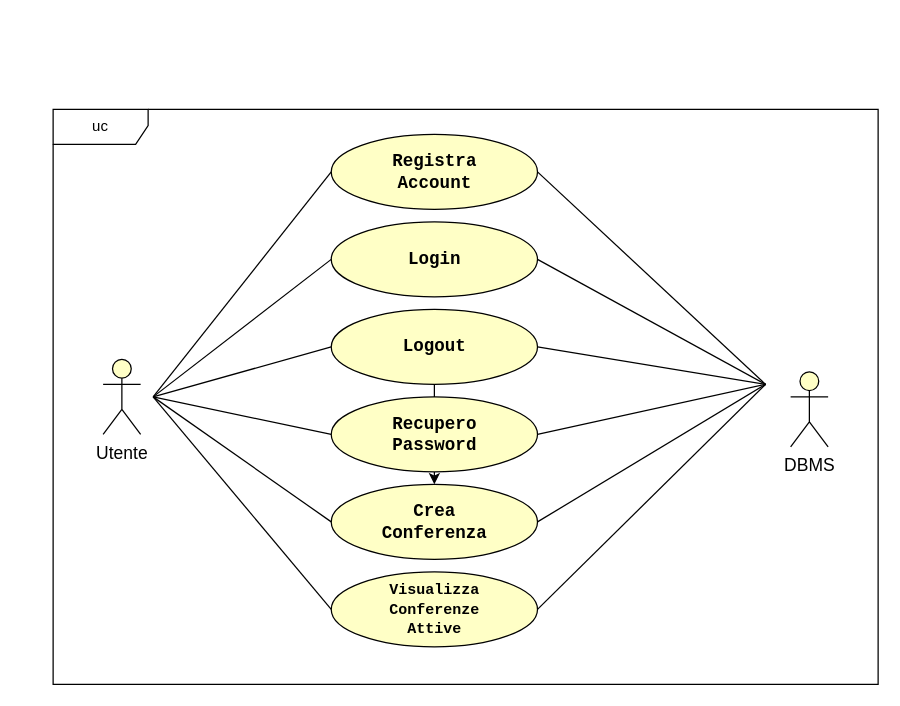
This is RAD/raw/GestioneAccount.drawio from Gabro29/IngegneriaSoftware, a draw.io file, before an edit. Source tidied: cells renumbered, new cells numbered last; positions are measured from the earlier drawing's top-left corner, leaving out a move shared by most shapes. Both pictures are drawn from the tidied source at 125%, with x=0, y=0 at pixel (52, 109).
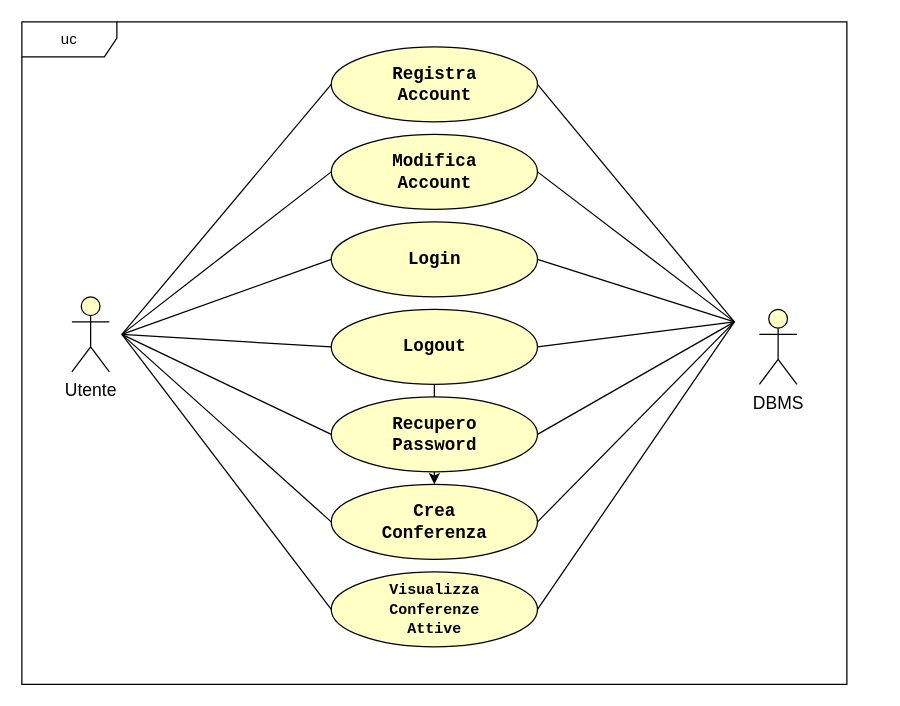
The same page after the edit.

Unchanged cells that the change refers to:
```xml
<mxCell id="3" value="&lt;font style=&quot;color: light-dark(rgb(0, 0, 0), rgb(0, 0, 0));&quot; face=&quot;Courier New&quot;&gt;&lt;span style=&quot;font-size: 14px;&quot;&gt;&lt;b&gt;Login&lt;/b&gt;&lt;/span&gt;&lt;/font&gt;" style="ellipse;whiteSpace=wrap;html=1;fillColor=light-dark(#FFFFC6,#FDF89C);strokeColor=light-dark(#000000,#000000);gradientColor=none;" parent="1" vertex="1">
  <mxGeometry x="222.5" y="90" width="165" height="60" as="geometry" />
</mxCell>
<mxCell id="6" value="&lt;font style=&quot;color: light-dark(rgb(0, 0, 0), rgb(0, 0, 0));&quot; face=&quot;Courier New&quot;&gt;&lt;span style=&quot;font-size: 14px;&quot;&gt;&lt;b&gt;Logout&lt;/b&gt;&lt;/span&gt;&lt;/font&gt;" style="ellipse;whiteSpace=wrap;html=1;fillColor=light-dark(#FFFFC6,#FDF89C);strokeColor=light-dark(#000000,#000000);" parent="1" vertex="1">
  <mxGeometry x="222.5" y="160" width="165" height="60" as="geometry" />
</mxCell>
<mxCell id="7" value="&lt;font face=&quot;Courier New&quot; style=&quot;color: light-dark(rgb(0, 0, 0), rgb(0, 0, 0));&quot;&gt;&lt;span style=&quot;font-size: 14px;&quot;&gt;&lt;b style=&quot;&quot;&gt;Recupero&lt;/b&gt;&lt;/span&gt;&lt;/font&gt;&lt;div&gt;&lt;font face=&quot;Courier New&quot; style=&quot;color: light-dark(rgb(0, 0, 0), rgb(0, 0, 0));&quot;&gt;&lt;span style=&quot;font-size: 14px;&quot;&gt;&lt;b style=&quot;&quot;&gt;Password&lt;/b&gt;&lt;/span&gt;&lt;/font&gt;&lt;/div&gt;" style="ellipse;whiteSpace=wrap;html=1;fillColor=light-dark(#FFFFC6,#FDF89C);strokeColor=light-dark(#000000,#000000);" parent="1" vertex="1">
  <mxGeometry x="222.5" y="230" width="165" height="60" as="geometry" />
</mxCell>
<mxCell id="8" value="&lt;font face=&quot;Courier New&quot; style=&quot;color: light-dark(rgb(0, 0, 0), rgb(0, 0, 0));&quot;&gt;&lt;span style=&quot;font-size: 14px;&quot;&gt;&lt;b style=&quot;&quot;&gt;Crea&lt;/b&gt;&lt;/span&gt;&lt;/font&gt;&lt;div&gt;&lt;font face=&quot;Courier New&quot; style=&quot;color: light-dark(rgb(0, 0, 0), rgb(0, 0, 0));&quot;&gt;&lt;span style=&quot;font-size: 14px;&quot;&gt;&lt;b style=&quot;&quot;&gt;Conferenza&lt;/b&gt;&lt;/span&gt;&lt;/font&gt;&lt;/div&gt;" style="ellipse;whiteSpace=wrap;html=1;fillColor=light-dark(#FFFFC6,#FDF89C);strokeColor=light-dark(#000000,#000000);" parent="1" vertex="1">
  <mxGeometry x="222.5" y="300" width="165" height="60" as="geometry" />
</mxCell>
<mxCell id="9" value="&lt;font face=&quot;Courier New&quot; style=&quot;color: light-dark(rgb(0, 0, 0), rgb(0, 0, 0));&quot;&gt;&lt;b style=&quot;&quot;&gt;Visualizza&lt;/b&gt;&lt;/font&gt;&lt;div&gt;&lt;font face=&quot;Courier New&quot; style=&quot;color: light-dark(rgb(0, 0, 0), rgb(0, 0, 0));&quot;&gt;&lt;b&gt;Conferenze&lt;/b&gt;&lt;/font&gt;&lt;/div&gt;&lt;div&gt;&lt;font face=&quot;Courier New&quot; style=&quot;color: light-dark(rgb(0, 0, 0), rgb(0, 0, 0));&quot;&gt;&lt;b style=&quot;&quot;&gt;Attive&lt;/b&gt;&lt;/font&gt;&lt;/div&gt;" style="ellipse;whiteSpace=wrap;html=1;fillColor=light-dark(#FFFFC6,#FDF89C);strokeColor=light-dark(#000000,#000000);" parent="1" vertex="1">
  <mxGeometry x="222.5" y="370" width="165" height="60" as="geometry" />
</mxCell>
```

What changed in the source:
```diff
@@
     <mxCell id="2" value="&lt;span style=&quot;font-size: 14px;&quot;&gt;&lt;font face=&quot;Helvetica&quot; style=&quot;color: light-dark(rgb(0, 0, 0), rgb(0, 0, 0));&quot;&gt;Utente&lt;/font&gt;&lt;/span&gt;" style="shape=umlActor;verticalLabelPosition=bottom;verticalAlign=top;html=1;strokeColor=light-dark(#000000,#000000);fillColor=light-dark(#FFFFC6,#FDF89C);" parent="1" vertex="1">
-      <mxGeometry x="40" y="200" width="30" height="60" as="geometry" />
+      <mxGeometry x="15" y="150" width="30" height="60" as="geometry" />
     </mxCell>
@@
     <mxCell id="4" value="&lt;font style=&quot;color: light-dark(rgb(0, 0, 0), rgb(0, 0, 0));&quot; face=&quot;Courier New&quot;&gt;&lt;span style=&quot;font-size: 14px;&quot;&gt;&lt;b&gt;Registra&lt;/b&gt;&lt;/span&gt;&lt;/font&gt;&lt;div&gt;&lt;font style=&quot;color: light-dark(rgb(0, 0, 0), rgb(0, 0, 0));&quot; face=&quot;Courier New&quot;&gt;&lt;span style=&quot;font-size: 14px;&quot;&gt;&lt;b&gt;Account&lt;/b&gt;&lt;/span&gt;&lt;/font&gt;&lt;/div&gt;" style="ellipse;whiteSpace=wrap;html=1;fillColor=light-dark(#FFFFC6,#FDF89C);strokeColor=light-dark(#000000,#000000);" parent="1" vertex="1">
-      <mxGeometry x="222.5" y="20" width="165" height="60" as="geometry" />
+      <mxGeometry x="222.5" y="-50" width="165" height="60" as="geometry" />
     </mxCell>
@@
     <mxCell id="10" value="uc" style="shape=umlFrame;whiteSpace=wrap;html=1;strokeColor=light-dark(#000000,#000000);width=76;height=28;" parent="1" vertex="1">
-      <mxGeometry width="660" height="460" as="geometry" />
+      <mxGeometry x="-25" y="-70" width="660" height="530" as="geometry" />
     </mxCell>
     <mxCell id="11" style="endArrow=none;html=1;rounded=0;strokeColor=light-dark(#000000,#000000);endFill=0;strokeWidth=1;startSize=6;jumpSize=6;targetPerimeterSpacing=0;endSize=6;entryX=1;entryY=0.5;entryDx=0;entryDy=0;startFill=0;" parent="1" edge="1" target="4">
       <mxGeometry relative="1" as="geometry">
-        <mxPoint x="570" y="220" as="sourcePoint" />
+        <mxPoint x="545" y="170" as="sourcePoint" />
       </mxGeometry>
     </mxCell>
     <mxCell id="12" style="endArrow=none;html=1;rounded=0;strokeColor=light-dark(#000000,#000000);endFill=0;strokeWidth=1;startSize=6;jumpSize=6;targetPerimeterSpacing=0;endSize=6;entryX=1;entryY=0.5;entryDx=0;entryDy=0;startFill=0;" parent="1" edge="1" target="3">
       <mxGeometry relative="1" as="geometry">
-        <mxPoint x="570" y="220" as="sourcePoint" />
+        <mxPoint x="545" y="170" as="sourcePoint" />
       </mxGeometry>
     </mxCell>
     <mxCell id="13" style="endArrow=none;html=1;rounded=0;strokeColor=light-dark(#000000,#000000);endFill=0;strokeWidth=1;startSize=6;jumpSize=6;targetPerimeterSpacing=0;endSize=6;entryX=1;entryY=0.5;entryDx=0;entryDy=0;startFill=0;" parent="1" edge="1" target="6">
       <mxGeometry relative="1" as="geometry">
-        <mxPoint x="570" y="220" as="sourcePoint" />
+        <mxPoint x="545" y="170" as="sourcePoint" />
       </mxGeometry>
     </mxCell>
     <mxCell id="14" style="endArrow=none;html=1;rounded=0;strokeColor=light-dark(#000000,#000000);endFill=0;strokeWidth=1;startSize=6;jumpSize=6;targetPerimeterSpacing=0;endSize=6;entryX=1;entryY=0.5;entryDx=0;entryDy=0;startFill=0;" parent="1" edge="1" target="7">
       <mxGeometry relative="1" as="geometry">
-        <mxPoint x="570" y="220" as="sourcePoint" />
+        <mxPoint x="545" y="170" as="sourcePoint" />
       </mxGeometry>
     </mxCell>
     <mxCell id="15" style="endArrow=none;html=1;rounded=0;strokeColor=light-dark(#000000,#000000);endFill=0;strokeWidth=1;startSize=6;jumpSize=6;targetPerimeterSpacing=0;endSize=6;entryX=1;entryY=0.5;entryDx=0;entryDy=0;startFill=0;" parent="1" edge="1" target="8">
       <mxGeometry relative="1" as="geometry">
-        <mxPoint x="570" y="220" as="sourcePoint" />
+        <mxPoint x="545" y="170" as="sourcePoint" />
       </mxGeometry>
     </mxCell>
     <mxCell id="16" style="endArrow=none;html=1;rounded=0;strokeColor=light-dark(#000000,#000000);endFill=0;strokeWidth=1;startSize=6;jumpSize=6;targetPerimeterSpacing=0;endSize=6;entryX=1;entryY=0.5;entryDx=0;entryDy=0;startFill=0;" parent="1" edge="1" target="9">
       <mxGeometry relative="1" as="geometry">
-        <mxPoint x="570" y="220" as="sourcePoint" />
+        <mxPoint x="545" y="170" as="sourcePoint" />
       </mxGeometry>
     </mxCell>
     <mxCell id="17" value="&lt;div&gt;&lt;span style=&quot;font-size: 14px;&quot;&gt;&lt;font face=&quot;Helvetica&quot; style=&quot;color: light-dark(rgb(0, 0, 0), rgb(0, 0, 0));&quot;&gt;DBMS&lt;/font&gt;&lt;/span&gt;&lt;/div&gt;&lt;div&gt;&lt;span style=&quot;font-size: 14px;&quot;&gt;&lt;br&gt;&lt;/span&gt;&lt;/div&gt;" style="shape=umlActor;verticalLabelPosition=bottom;verticalAlign=top;html=1;strokeColor=light-dark(#000000,#000000);fillColor=light-dark(#FFFFC6,#FDF89C);" parent="1" vertex="1">
-      <mxGeometry x="590" y="210" width="30" height="60" as="geometry" />
+      <mxGeometry x="565" y="160" width="30" height="60" as="geometry" />
     </mxCell>
     <mxCell id="18" style="endArrow=none;html=1;rounded=0;strokeColor=light-dark(#000000,#000000);endFill=0;strokeWidth=1;startSize=6;jumpSize=6;targetPerimeterSpacing=0;endSize=6;entryX=0;entryY=0.5;entryDx=0;entryDy=0;startFill=0;" parent="1" edge="1" target="9">
       <mxGeometry relative="1" as="geometry">
-        <mxPoint x="80" y="230" as="sourcePoint" />
+        <mxPoint x="55" y="180" as="sourcePoint" />
       </mxGeometry>
     </mxCell>
     <mxCell id="19" style="endArrow=none;html=1;rounded=0;strokeColor=light-dark(#000000,#000000);endFill=0;strokeWidth=1;startSize=6;jumpSize=6;targetPerimeterSpacing=0;endSize=6;entryX=0;entryY=0.5;entryDx=0;entryDy=0;startFill=0;" parent="1" edge="1" target="8">
       <mxGeometry relative="1" as="geometry">
-        <mxPoint x="80" y="230" as="sourcePoint" />
+        <mxPoint x="55" y="180" as="sourcePoint" />
       </mxGeometry>
     </mxCell>
     <mxCell id="20" style="endArrow=none;html=1;rounded=0;strokeColor=light-dark(#000000,#000000);endFill=0;strokeWidth=1;startSize=6;jumpSize=6;targetPerimeterSpacing=0;endSize=6;startFill=0;entryX=0;entryY=0.5;entryDx=0;entryDy=0;" parent="1" edge="1" target="7">
       <mxGeometry relative="1" as="geometry">
-        <mxPoint x="80" y="230" as="sourcePoint" />
+        <mxPoint x="55" y="180" as="sourcePoint" />
       </mxGeometry>
     </mxCell>
     <mxCell id="21" style="endArrow=none;html=1;rounded=0;strokeColor=light-dark(#000000,#000000);endFill=0;strokeWidth=1;startSize=6;jumpSize=6;targetPerimeterSpacing=0;endSize=6;startFill=0;entryX=0;entryY=0.5;entryDx=0;entryDy=0;" parent="1" edge="1" target="6">
       <mxGeometry relative="1" as="geometry">
-        <mxPoint x="80" y="230" as="sourcePoint" />
+        <mxPoint x="55" y="180" as="sourcePoint" />
       </mxGeometry>
     </mxCell>
     <mxCell id="22" style="endArrow=none;html=1;rounded=0;strokeColor=light-dark(#000000,#000000);endFill=0;strokeWidth=1;startSize=6;jumpSize=6;targetPerimeterSpacing=0;endSize=6;startFill=0;entryX=0;entryY=0.5;entryDx=0;entryDy=0;" parent="1" edge="1" target="3">
       <mxGeometry relative="1" as="geometry">
-        <mxPoint x="80" y="230" as="sourcePoint" />
+        <mxPoint x="55" y="180" as="sourcePoint" />
       </mxGeometry>
     </mxCell>
     <mxCell id="23" style="endArrow=none;html=1;rounded=0;strokeColor=light-dark(#000000,#000000);endFill=0;strokeWidth=1;startSize=6;jumpSize=6;targetPerimeterSpacing=0;endSize=6;startFill=0;entryX=0;entryY=0.5;entryDx=0;entryDy=0;" parent="1" edge="1" target="4">
       <mxGeometry relative="1" as="geometry">
-        <mxPoint x="80" y="230" as="sourcePoint" />
+        <mxPoint x="55" y="180" as="sourcePoint" />
       </mxGeometry>
     </mxCell>
+    <mxCell id="24" value="&lt;font style=&quot;color: light-dark(rgb(0, 0, 0), rgb(0, 0, 0));&quot; face=&quot;Courier New&quot;&gt;&lt;span style=&quot;font-size: 14px;&quot;&gt;&lt;b&gt;Modifica&lt;/b&gt;&lt;/span&gt;&lt;/font&gt;&lt;div&gt;&lt;font style=&quot;color: light-dark(rgb(0, 0, 0), rgb(0, 0, 0));&quot; face=&quot;Courier New&quot;&gt;&lt;span style=&quot;font-size: 14px;&quot;&gt;&lt;b&gt;Account&lt;/b&gt;&lt;/span&gt;&lt;/font&gt;&lt;/div&gt;" style="ellipse;whiteSpace=wrap;html=1;fillColor=light-dark(#FFFFC6,#FDF89C);strokeColor=light-dark(#000000,#000000);gradientColor=none;" parent="1" vertex="1">
+      <mxGeometry x="222.5" y="20" width="165" height="60" as="geometry" />
+    </mxCell>
+    <mxCell id="25" style="endArrow=none;html=1;rounded=0;strokeColor=light-dark(#000000,#000000);endFill=0;strokeWidth=1;startSize=6;jumpSize=6;targetPerimeterSpacing=0;endSize=6;startFill=0;entryX=0;entryY=0.5;entryDx=0;entryDy=0;" parent="1" edge="1" target="24">
+      <mxGeometry relative="1" as="geometry">
+        <mxPoint x="55" y="180" as="sourcePoint" />
+      </mxGeometry>
+    </mxCell>
+    <mxCell id="26" style="endArrow=none;html=1;rounded=0;strokeColor=light-dark(#000000,#000000);endFill=0;strokeWidth=1;startSize=6;jumpSize=6;targetPerimeterSpacing=0;endSize=6;startFill=0;exitX=1;exitY=0.5;exitDx=0;exitDy=0;" parent="1" edge="1" source="24">
+      <mxGeometry relative="1" as="geometry">
+        <mxPoint x="545" y="170" as="targetPoint" />
+      </mxGeometry>
+    </mxCell>
```
